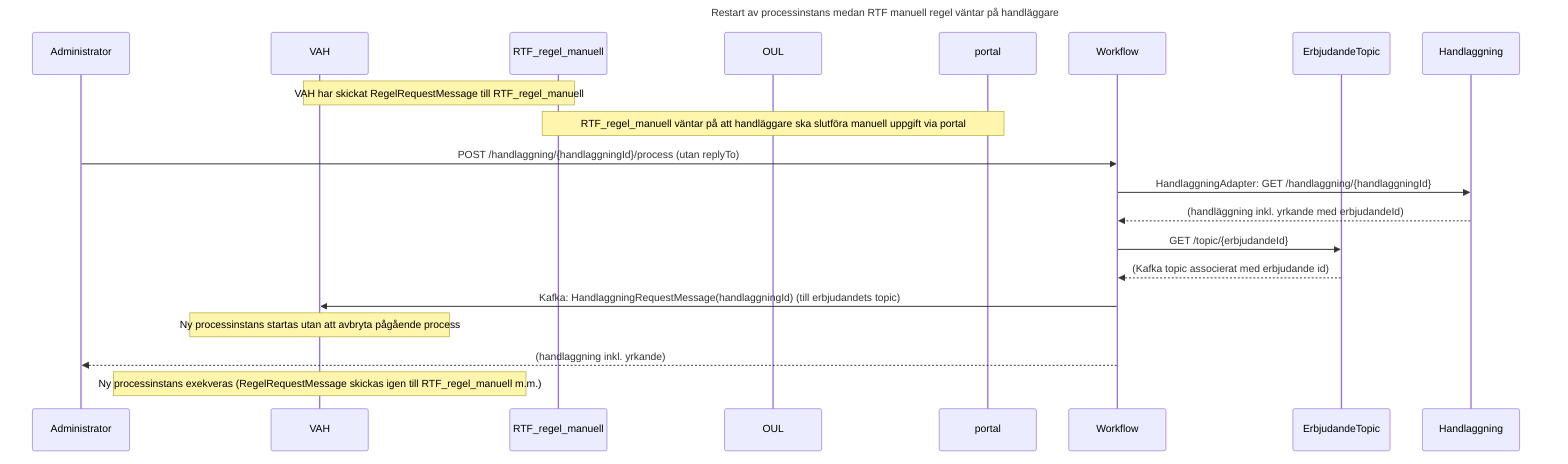
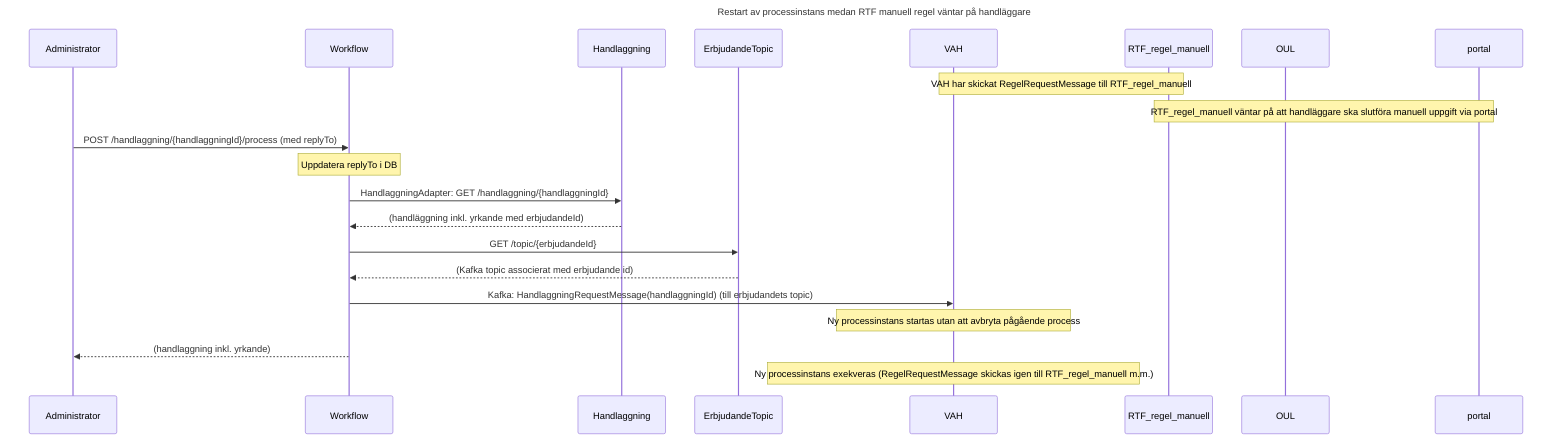
sequenceDiagram
    title Restart av processinstans medan RTF manuell regel väntar på handläggare
    participant Administrator
+     participant Workflow
+     participant Handlaggning
+     participant ErbjudandeTopic
    participant VAH
    participant RTF_regel_manuell
    participant OUL
    participant portal
-     participant Workflow
-     participant ErbjudandeTopic
-     participant Handlaggning

    note over VAH,RTF_regel_manuell: VAH har skickat RegelRequestMessage till RTF_regel_manuell
    note over RTF_regel_manuell,portal: RTF_regel_manuell väntar på att handläggare ska slutföra manuell uppgift via portal

-     Administrator ->> Workflow: POST /handlaggning/{handlaggningId}/process (utan replyTo)
+     Administrator ->> Workflow: POST /handlaggning/{handlaggningId}/process (med replyTo)
+     note over Workflow: Uppdatera replyTo i DB
    Workflow ->> Handlaggning: HandlaggningAdapter: GET /handlaggning/{handlaggningId}
    Handlaggning -->> Workflow: (handläggning inkl. yrkande med erbjudandeId)
    Workflow ->> ErbjudandeTopic: GET /topic/{erbjudandeId}
    ErbjudandeTopic -->> Workflow: (Kafka topic associerat med erbjudande id)
    Workflow ->> VAH: Kafka: HandlaggningRequestMessage(handlaggningId) (till erbjudandets topic)
    note over VAH: Ny processinstans startas utan att avbryta pågående process
    Workflow -->> Administrator: (handlaggning inkl. yrkande)

    note over VAH: Ny processinstans exekveras (RegelRequestMessage skickas igen till RTF_regel_manuell m.m.)